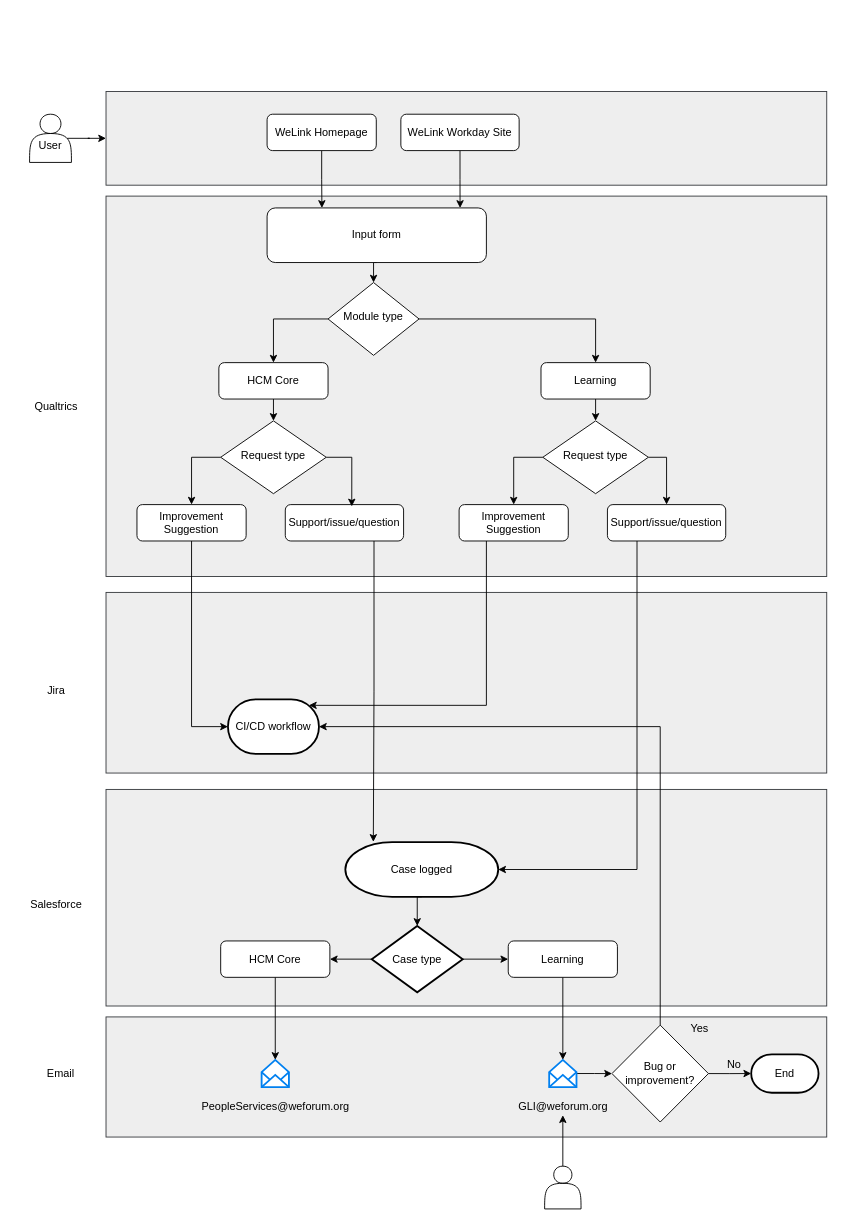
merid-berhe/draw.io keeps this draw.io diagram as Workday Learning support model.drawio. Above is the earlier version. Source tidied: cells renumbered, new cells numbered last; positions are measured from the earlier drawing's top-left corner, leaving out a move shared by most shapes. Both pictures are drawn from the tidied source at 91%, with x=0, y=0 at pixel (25, 91).
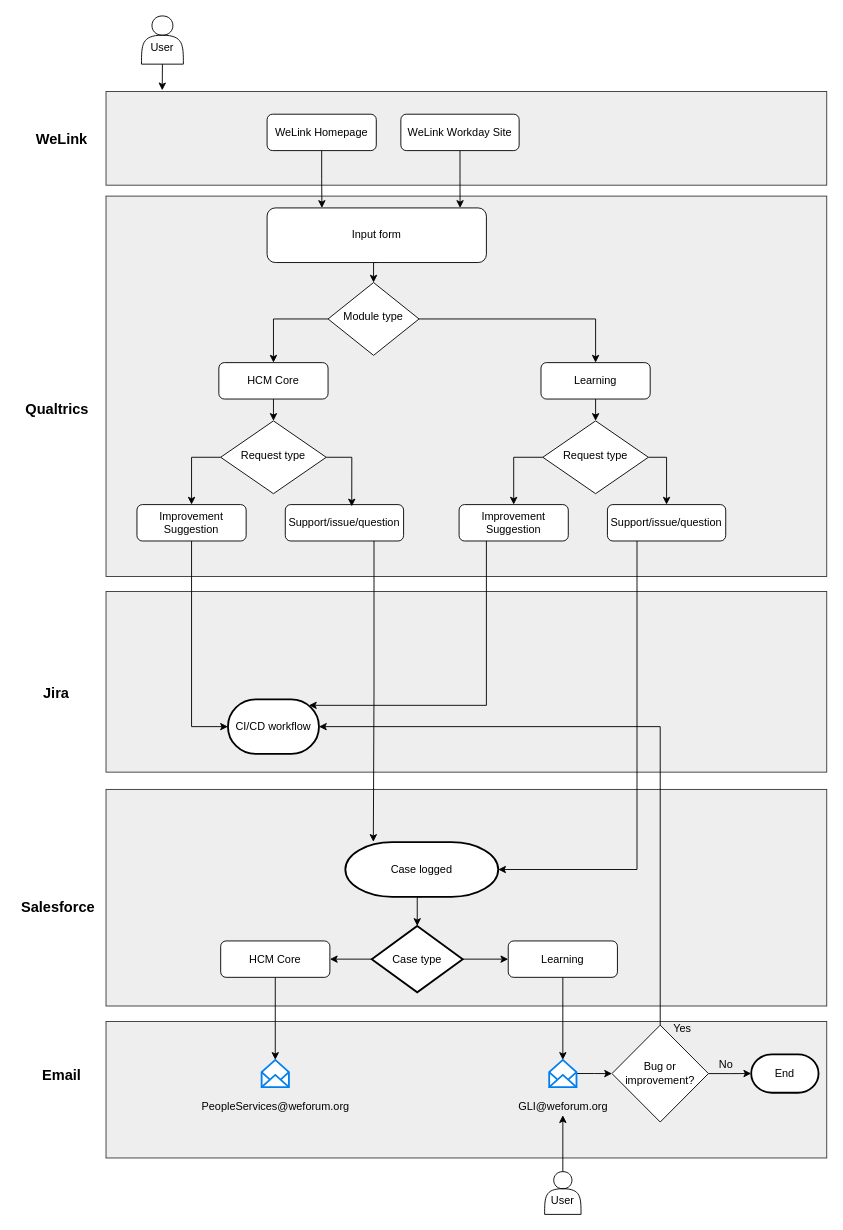
After the change.

The change refers to these unchanged cells:
```xml
<mxCell id="6" style="rounded=0;whiteSpace=wrap;html=1;fillColor=#eeeeee;strokeColor=#36393d;" parent="1" vertex="1">
  <mxGeometry x="89" width="792" height="103" as="geometry" />
</mxCell>
```

Change to the diagram source:
```diff
@@
     <mxCell id="2" style="rounded=0;whiteSpace=wrap;html=1;fillColor=#eeeeee;strokeColor=#36393d;" parent="1" vertex="1">
-      <mxGeometry x="89" y="1017" width="792" height="132" as="geometry" />
+      <mxGeometry x="89" y="1022" width="792" height="150" as="geometry" />
     </mxCell>
@@
     <mxCell id="4" style="rounded=0;whiteSpace=wrap;html=1;fillColor=#eeeeee;strokeColor=#36393d;" parent="1" vertex="1">
-      <mxGeometry x="89" y="550.5" width="792" height="198.5" as="geometry" />
+      <mxGeometry x="89" y="549.5" width="792" height="198.5" as="geometry" />
     </mxCell>
@@
-    <mxCell id="20" value="Qualtrics" style="text;html=1;align=center;verticalAlign=middle;" parent="1" vertex="1">
-      <mxGeometry x="5" y="338" width="57" height="18" as="geometry" />
+    <mxCell id="20" value="Qualtrics" style="text;html=1;align=center;verticalAlign=middle;fontStyle=1;fontSize=16;" parent="1" vertex="1">
+      <mxGeometry x="-5" y="337" width="79" height="23" as="geometry" />
     </mxCell>
@@
-    <mxCell id="35" value="Jira" style="text;html=1;align=center;verticalAlign=middle;" parent="1" vertex="1">
-      <mxGeometry x="19" y="650" width="29" height="18" as="geometry" />
+    <mxCell id="35" value="Jira" style="text;html=1;align=center;verticalAlign=middle;fontSize=16;fontStyle=1;" parent="1" vertex="1">
+      <mxGeometry x="15" y="649" width="38" height="23" as="geometry" />
     </mxCell>
@@
-    <mxCell id="37" value="Salesforce" style="text;html=1;align=center;verticalAlign=middle;" parent="1" vertex="1">
-      <mxGeometry y="885" width="67" height="18" as="geometry" />
+    <mxCell id="37" value="Salesforce" style="text;html=1;align=center;verticalAlign=middle;fontSize=16;fontStyle=1;" parent="1" vertex="1">
+      <mxGeometry x="-10" y="884" width="91" height="23" as="geometry" />
     </mxCell>
@@
-    <mxCell id="40" value="Email" style="text;html=1;align=center;verticalAlign=middle;" parent="1" vertex="1">
-      <mxGeometry x="18.5" y="1070.2" width="40" height="18" as="geometry" />
+    <mxCell id="40" value="Email" style="text;html=1;align=center;verticalAlign=middle;fontSize=16;fontStyle=1;" parent="1" vertex="1">
+      <mxGeometry x="13.5" y="1069.2" width="53" height="23" as="geometry" />
     </mxCell>
@@
     <mxCell id="56" value="No" style="text;html=1;align=center;verticalAlign=middle;" parent="1" vertex="1">
-      <mxGeometry x="766" y="1061" width="25" height="18" as="geometry" />
+      <mxGeometry x="757" y="1061" width="25" height="18" as="geometry" />
     </mxCell>
@@
     <mxCell id="58" value="Yes" style="text;html=1;align=center;verticalAlign=middle;" parent="1" vertex="1">
-      <mxGeometry x="726" y="1021" width="30" height="18" as="geometry" />
+      <mxGeometry x="707" y="1021" width="30" height="18" as="geometry" />
     </mxCell>
@@
-    <mxCell id="60" style="shape=actor;whiteSpace=wrap;html=1;fillColor=none;" parent="1" vertex="1">
-      <mxGeometry x="571" y="1181" width="40" height="47" as="geometry" />
+    <mxCell id="60" value="&lt;br&gt;User" style="shape=actor;whiteSpace=wrap;html=1;fillColor=none;" parent="1" vertex="1">
+      <mxGeometry x="571" y="1187" width="40" height="47" as="geometry" />
     </mxCell>
-    <mxCell id="61" style="edgeStyle=orthogonalEdgeStyle;rounded=0;jettySize=auto;html=1;exitX=0.9;exitY=0.5;exitDx=0;exitDy=0;exitPerimeter=0;entryX=0;entryY=0.5;entryDx=0;entryDy=0;" parent="1" edge="1" source="62" target="6">
+    <mxCell id="61" style="edgeStyle=orthogonalEdgeStyle;rounded=0;jettySize=auto;html=1;exitX=0.5;exitY=1;exitDx=0;exitDy=0;entryX=0.078;entryY=-0.012;entryDx=0;entryDy=0;entryPerimeter=0;fontSize=16;" parent="1" edge="1" source="62" target="6">
       <mxGeometry relative="1" as="geometry" />
     </mxCell>
     <mxCell id="62" value="&lt;br&gt;User" style="shape=actor;whiteSpace=wrap;html=1;fillColor=none;" parent="1" vertex="1">
-      <mxGeometry x="5" y="25" width="46" height="53" as="geometry" />
+      <mxGeometry x="128" y="-83" width="46" height="53" as="geometry" />
     </mxCell>
+    <mxCell id="63" value="WeLink" style="text;html=1;align=center;verticalAlign=middle;fontStyle=1;fontSize=16;" parent="1" vertex="1">
+      <mxGeometry x="6.5" y="40" width="67" height="23" as="geometry" />
+    </mxCell>
```
